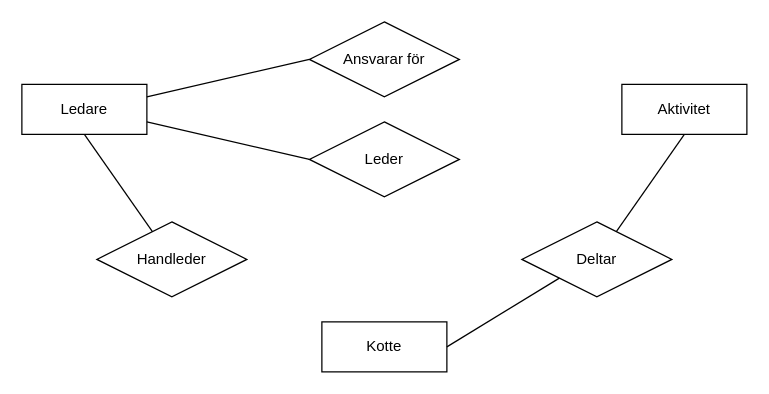
Ingelisun/ERmodels keeps this draw.io diagram as Brunflomullar.drawio. Above is the earlier version. Source tidied: cells renumbered, new cells numbered last; positions are measured from the earlier drawing's top-left corner, leaving out a move shared by most shapes. Both pictures are drawn from the tidied source at 125%, with x=0, y=0 at pixel (21, 21).
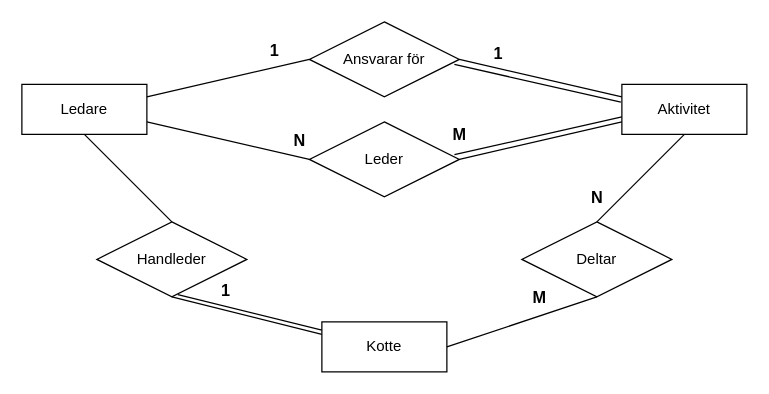
After the change.

The change refers to these unchanged cells:
```xml
<mxCell id="2" value="Ledare" style="whiteSpace=wrap;html=1;align=center;" parent="1" vertex="1">
  <mxGeometry y="50" width="100" height="40" as="geometry" />
</mxCell>
<mxCell id="3" value="Ansvarar för" style="shape=rhombus;perimeter=rhombusPerimeter;whiteSpace=wrap;html=1;align=center;" parent="1" vertex="1">
  <mxGeometry x="230" width="120" height="60" as="geometry" />
</mxCell>
<mxCell id="4" value="Leder" style="shape=rhombus;perimeter=rhombusPerimeter;whiteSpace=wrap;html=1;align=center;" parent="1" vertex="1">
  <mxGeometry x="230" y="80" width="120" height="60" as="geometry" />
</mxCell>
<mxCell id="5" value="Aktivitet" style="whiteSpace=wrap;html=1;align=center;" parent="1" vertex="1">
  <mxGeometry x="480" y="50" width="100" height="40" as="geometry" />
</mxCell>
<mxCell id="6" value="Kotte" style="whiteSpace=wrap;html=1;align=center;" parent="1" vertex="1">
  <mxGeometry x="240" y="240" width="100" height="40" as="geometry" />
</mxCell>
<mxCell id="7" value="Deltar" style="shape=rhombus;perimeter=rhombusPerimeter;whiteSpace=wrap;html=1;align=center;" parent="1" vertex="1">
  <mxGeometry x="400" y="160" width="120" height="60" as="geometry" />
</mxCell>
<mxCell id="8" value="Handleder" style="shape=rhombus;perimeter=rhombusPerimeter;whiteSpace=wrap;html=1;align=center;" parent="1" vertex="1">
  <mxGeometry x="60" y="160" width="120" height="60" as="geometry" />
</mxCell>
```

The edit, as a diff of the source:
```diff
@@
-    <mxCell id="9" style="endArrow=none;html=1;rounded=0;entryX=0.5;entryY=1;entryDx=0;entryDy=0;" parent="1" edge="1" source="7" target="5">
+    <mxCell id="9" style="endArrow=none;html=1;rounded=0;entryX=0.5;entryY=1;entryDx=0;entryDy=0;exitX=0.5;exitY=0;exitDx=0;exitDy=0;" parent="1" edge="1" source="7" target="5">
       <mxGeometry relative="1" as="geometry" />
     </mxCell>
-    <mxCell id="10" style="endArrow=none;html=1;rounded=0;exitX=1;exitY=0.5;exitDx=0;exitDy=0;entryX=0;entryY=1;entryDx=0;entryDy=0;" parent="1" edge="1" source="6" target="7">
+    <mxCell id="10" style="endArrow=none;html=1;rounded=0;exitX=1;exitY=0.5;exitDx=0;exitDy=0;entryX=0.5;entryY=1;entryDx=0;entryDy=0;" parent="1" edge="1" source="6" target="7">
       <mxGeometry relative="1" as="geometry" />
     </mxCell>
@@
-    <mxCell id="13" style="endArrow=none;html=1;rounded=0;exitX=0.5;exitY=1;exitDx=0;exitDy=0;" parent="1" edge="1" source="2" target="8">
+    <mxCell id="13" style="endArrow=none;html=1;rounded=0;exitX=0.5;exitY=1;exitDx=0;exitDy=0;entryX=0.5;entryY=0;entryDx=0;entryDy=0;" parent="1" edge="1" source="2" target="8">
       <mxGeometry relative="1" as="geometry" />
     </mxCell>
+    <mxCell id="14" style="endArrow=none;html=1;rounded=0;exitX=1;exitY=0.5;exitDx=0;exitDy=0;entryX=0;entryY=0.75;entryDx=0;entryDy=0;" parent="1" edge="1" source="4" target="5">
+      <mxGeometry relative="1" as="geometry" />
+    </mxCell>
+    <mxCell id="15" style="endArrow=none;html=1;rounded=0;exitX=0.967;exitY=0.437;exitDx=0;exitDy=0;exitPerimeter=0;" parent="1" edge="1" source="4">
+      <mxGeometry relative="1" as="geometry">
+        <mxPoint x="480" y="76" as="targetPoint" />
+      </mxGeometry>
+    </mxCell>
+    <mxCell id="16" style="endArrow=none;html=1;rounded=0;entryX=0;entryY=0.25;entryDx=0;entryDy=0;exitX=1;exitY=0.5;exitDx=0;exitDy=0;" parent="1" edge="1" source="3" target="5">
+      <mxGeometry relative="1" as="geometry" />
+    </mxCell>
+    <mxCell id="17" style="endArrow=none;html=1;rounded=0;entryX=-0.008;entryY=0.355;entryDx=0;entryDy=0;entryPerimeter=0;" parent="1" edge="1" target="5">
+      <mxGeometry relative="1" as="geometry">
+        <mxPoint x="346" y="34" as="sourcePoint" />
+      </mxGeometry>
+    </mxCell>
+    <mxCell id="18" style="endArrow=none;html=1;rounded=0;entryX=0;entryY=0.25;entryDx=0;entryDy=0;exitX=0.5;exitY=1;exitDx=0;exitDy=0;" parent="1" edge="1" source="8" target="6">
+      <mxGeometry relative="1" as="geometry" />
+    </mxCell>
+    <mxCell id="19" style="endArrow=none;html=1;rounded=0;entryX=0;entryY=0.165;entryDx=0;entryDy=0;entryPerimeter=0;exitX=0.54;exitY=0.97;exitDx=0;exitDy=0;exitPerimeter=0;" parent="1" edge="1" source="8" target="6">
+      <mxGeometry relative="1" as="geometry" />
+    </mxCell>
+    <mxCell id="20" value="&lt;font style=&quot;font-size: 13px&quot;&gt;&lt;b style=&quot;font-size: 13px&quot;&gt;1&lt;/b&gt;&lt;/font&gt;" style="text;html=1;align=center;verticalAlign=middle;fillColor=none;strokeColor=none;rounded=0;fontSize=13;" parent="1" vertex="1">
+      <mxGeometry x="192" y="13" width="20" height="20" as="geometry" />
+    </mxCell>
+    <mxCell id="21" value="&lt;font style=&quot;font-size: 13px&quot;&gt;&lt;b style=&quot;font-size: 13px&quot;&gt;1&lt;/b&gt;&lt;/font&gt;" style="text;html=1;align=center;verticalAlign=middle;fillColor=none;strokeColor=none;rounded=0;fontSize=13;" parent="1" vertex="1">
+      <mxGeometry x="371" y="15" width="20" height="20" as="geometry" />
+    </mxCell>
+    <mxCell id="22" value="&lt;font style=&quot;font-size: 13px;&quot;&gt;&lt;b style=&quot;font-size: 13px;&quot;&gt;N&lt;/b&gt;&lt;/font&gt;" style="text;html=1;align=center;verticalAlign=middle;fillColor=none;strokeColor=none;rounded=0;fontSize=13;" parent="1" vertex="1">
+      <mxGeometry x="212" y="85" width="20" height="20" as="geometry" />
+    </mxCell>
+    <mxCell id="23" value="&lt;font style=&quot;font-size: 13px&quot;&gt;&lt;b style=&quot;font-size: 13px&quot;&gt;M&lt;/b&gt;&lt;/font&gt;" style="text;html=1;align=center;verticalAlign=middle;fillColor=none;strokeColor=none;rounded=0;fontSize=13;" parent="1" vertex="1">
+      <mxGeometry x="335" y="80" width="30" height="20" as="geometry" />
+    </mxCell>
+    <mxCell id="24" value="&lt;font style=&quot;font-size: 13px;&quot;&gt;&lt;b style=&quot;font-size: 13px;&quot;&gt;N&lt;/b&gt;&lt;/font&gt;" style="text;html=1;align=center;verticalAlign=middle;fillColor=none;strokeColor=none;rounded=0;fontSize=13;" parent="1" vertex="1">
+      <mxGeometry x="450" y="130" width="20" height="20" as="geometry" />
+    </mxCell>
+    <mxCell id="25" value="&lt;font style=&quot;font-size: 13px&quot;&gt;&lt;b style=&quot;font-size: 13px&quot;&gt;M&lt;/b&gt;&lt;/font&gt;" style="text;html=1;align=center;verticalAlign=middle;fillColor=none;strokeColor=none;rounded=0;fontSize=13;" parent="1" vertex="1">
+      <mxGeometry x="399" y="210" width="30" height="20" as="geometry" />
+    </mxCell>
+    <mxCell id="26" value="&lt;font style=&quot;font-size: 13px&quot;&gt;&lt;b style=&quot;font-size: 13px&quot;&gt;1&lt;/b&gt;&lt;/font&gt;" style="text;html=1;align=center;verticalAlign=middle;fillColor=none;strokeColor=none;rounded=0;fontSize=13;" parent="1" vertex="1">
+      <mxGeometry x="153" y="205" width="20" height="20" as="geometry" />
+    </mxCell>
```
